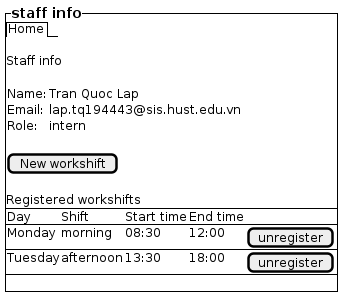
Earlier version of the PlantUML export docs/UML/Prototype/staff-info.png (LapTQ/MCT).
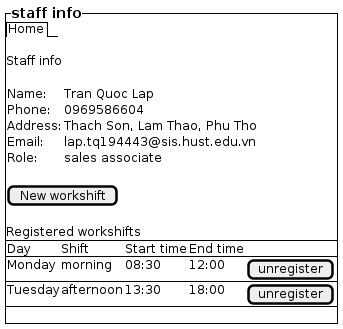
After the commit.

Change to the diagram source:
```diff
@@ -8,8 +8,10 @@
     .
     {
         Name: | Tran Quoc Lap
+        Phone: | 0969586604
+        Address: | Thach Son, Lam Thao, Phu Tho
         Email: | lap.tq194443@sis.hust.edu.vn
-        Role: | intern
+        Role: | sales associate
     }
     .
     [New workshift]
```
